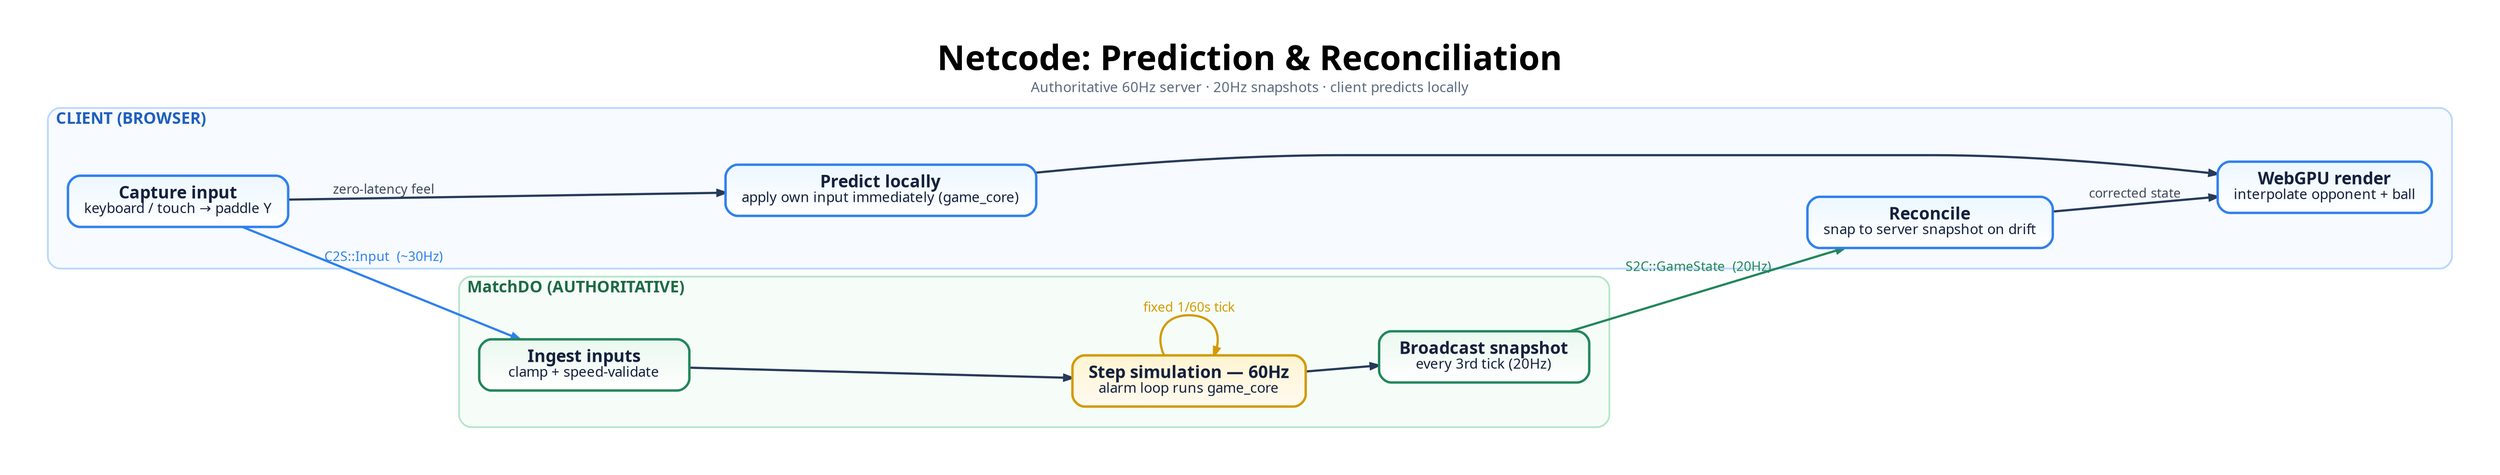
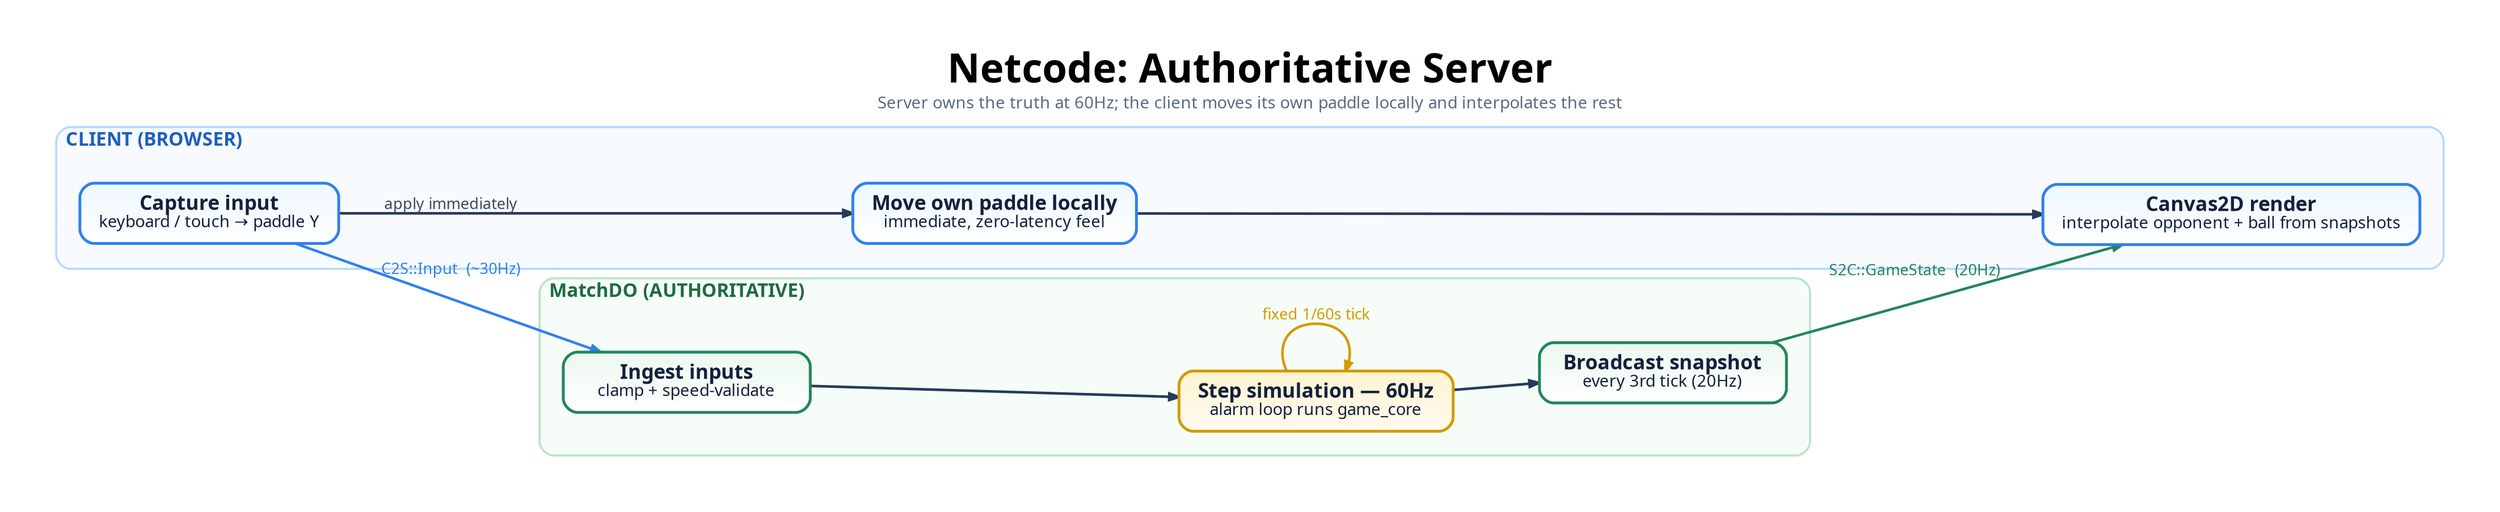
digraph NetcodeLoop {
  graph [
    rankdir=LR,
    bgcolor="#ffffff",
    pad="0.55",
    nodesep="0.55",
    ranksep="1.0",
    splines=spline,
    outputorder=edgesfirst,
    compound=true,
    newrank=true,
    forcelabels=true,
    fontname="Avenir",
    label=<
      <TABLE BORDER="0" CELLBORDER="0" CELLSPACING="0" CELLPADDING="0">
-         <TR><TD><FONT POINT-SIZE="34"><B>Netcode: Prediction &amp; Reconciliation</B></FONT></TD></TR>
-         <TR><TD><FONT POINT-SIZE="14" COLOR="#5b6b80">Authoritative 60Hz server · 20Hz snapshots · client predicts locally</FONT></TD></TR>
+         <TR><TD><FONT POINT-SIZE="34"><B>Netcode: Authoritative Server</B></FONT></TD></TR>
+         <TR><TD><FONT POINT-SIZE="14" COLOR="#5b6b80">Server owns the truth at 60Hz; the client moves its own paddle locally and interpolates the rest</FONT></TD></TR>
      </TABLE>
    >,
    labelloc=t,
    labeljust=c
  ];

  node [
    shape=box,
    style="rounded,filled",
    margin="0.22,0.14",
    width=2.9,
    fixedsize=false,
    fontname="Avenir",
    fontsize=17,
    penwidth=2.4,
    fontcolor="#14213d",
    color="#2264c7",
    fillcolor="#eaf3ff:#ffffff",
    gradientangle=270
  ];

  edge [
    color="#263a59",
    fontname="Avenir",
    fontsize=13,
    fontcolor="#3d4a5c",
    penwidth=2.2,
    arrowsize=0.8
  ];

  // ---- Client ----
  subgraph cluster_client {
    graph [
      label=<<FONT POINT-SIZE="16" COLOR="#1f5fbf"><B>CLIENT (BROWSER)</B></FONT>>,
      labelloc=t, labeljust=l,
      color="#b9d8ff", fillcolor="#f7fbff", style="rounded,filled", penwidth=1.8, margin=20
    ];
    INPUT [label=<<B>Capture input</B><BR/><FONT POINT-SIZE="14">keyboard / touch → paddle Y</FONT>>, fillcolor="#edf7ff:#ffffff", color="#2f80ed"];
-     PREDICT [label=<<B>Predict locally</B><BR/><FONT POINT-SIZE="14">apply own input immediately (game_core)</FONT>>, fillcolor="#edf7ff:#ffffff", color="#2f80ed"];
-     RECONCILE [label=<<B>Reconcile</B><BR/><FONT POINT-SIZE="14">snap to server snapshot on drift</FONT>>, fillcolor="#edf7ff:#ffffff", color="#2f80ed"];
-     RENDER [label=<<B>WebGPU render</B><BR/><FONT POINT-SIZE="14">interpolate opponent + ball</FONT>>, fillcolor="#edf7ff:#ffffff", color="#2f80ed"];
+     OWN [label=<<B>Move own paddle locally</B><BR/><FONT POINT-SIZE="14">immediate, zero-latency feel</FONT>>, fillcolor="#edf7ff:#ffffff", color="#2f80ed"];
+     RENDER [label=<<B>Canvas2D render</B><BR/><FONT POINT-SIZE="14">interpolate opponent + ball from snapshots</FONT>>, fillcolor="#edf7ff:#ffffff", color="#2f80ed"];

-     INPUT -> PREDICT [label="zero-latency feel"];
-     PREDICT -> RENDER;
-     RECONCILE -> RENDER [label="corrected state"];
+     INPUT -> OWN [label="apply immediately"];
+     OWN -> RENDER;
  }

  // ---- Server ----
  subgraph cluster_server {
    graph [
      label=<<FONT POINT-SIZE="16" COLOR="#1e6b43"><B>MatchDO (AUTHORITATIVE)</B></FONT>>,
      labelloc=t, labeljust=l,
      color="#b8e5c8", fillcolor="#f6fdf9", style="rounded,filled", penwidth=1.8, margin=20
    ];
    INGEST [label=<<B>Ingest inputs</B><BR/><FONT POINT-SIZE="14">clamp + speed-validate</FONT>>, fillcolor="#eaf8ef:#ffffff", color="#22865a"];
    STEP [label=<<B>Step simulation — 60Hz</B><BR/><FONT POINT-SIZE="14">alarm loop runs game_core</FONT>>, fillcolor="#fff4d1:#fffaf0", color="#d39a00"];
    BROADCAST [label=<<B>Broadcast snapshot</B><BR/><FONT POINT-SIZE="14">every 3rd tick (20Hz)</FONT>>, fillcolor="#eaf8ef:#ffffff", color="#22865a"];

    INGEST -> STEP;
    STEP -> BROADCAST;
    STEP -> STEP [label="fixed 1/60s tick", color="#d39a00", fontcolor="#d39a00"];
  }

  // ---- Over the wire (postcard binary over WebSocket) ----
  INPUT -> INGEST [label="C2S::Input  (~30Hz)", color="#2f80ed", fontcolor="#2f80ed"];
-   BROADCAST -> RECONCILE [label="S2C::GameState  (20Hz)", color="#22865a", fontcolor="#22865a"];
+   BROADCAST -> RENDER [label="S2C::GameState  (20Hz)", color="#22865a", fontcolor="#22865a"];
}
